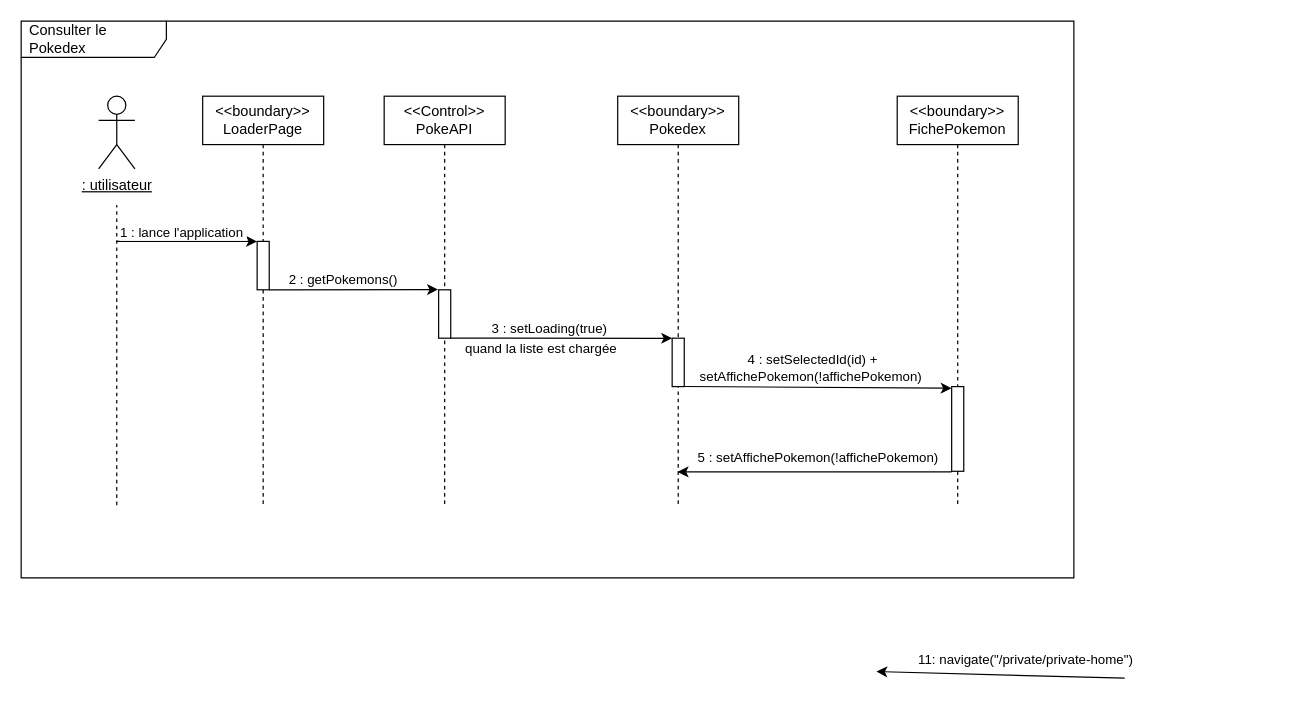
Earlier version of the draw.io diagram diagrammes/Diagrammes de séquence 1.drawio (KoffiDMonky/PokemonStack). Source tidied: cells renumbered, new cells numbered last; positions are measured from the earlier drawing's top-left corner, leaving out a move shared by most shapes. Both pictures are drawn from the tidied source at 121%, with x=0, y=0 at pixel (21, 21).
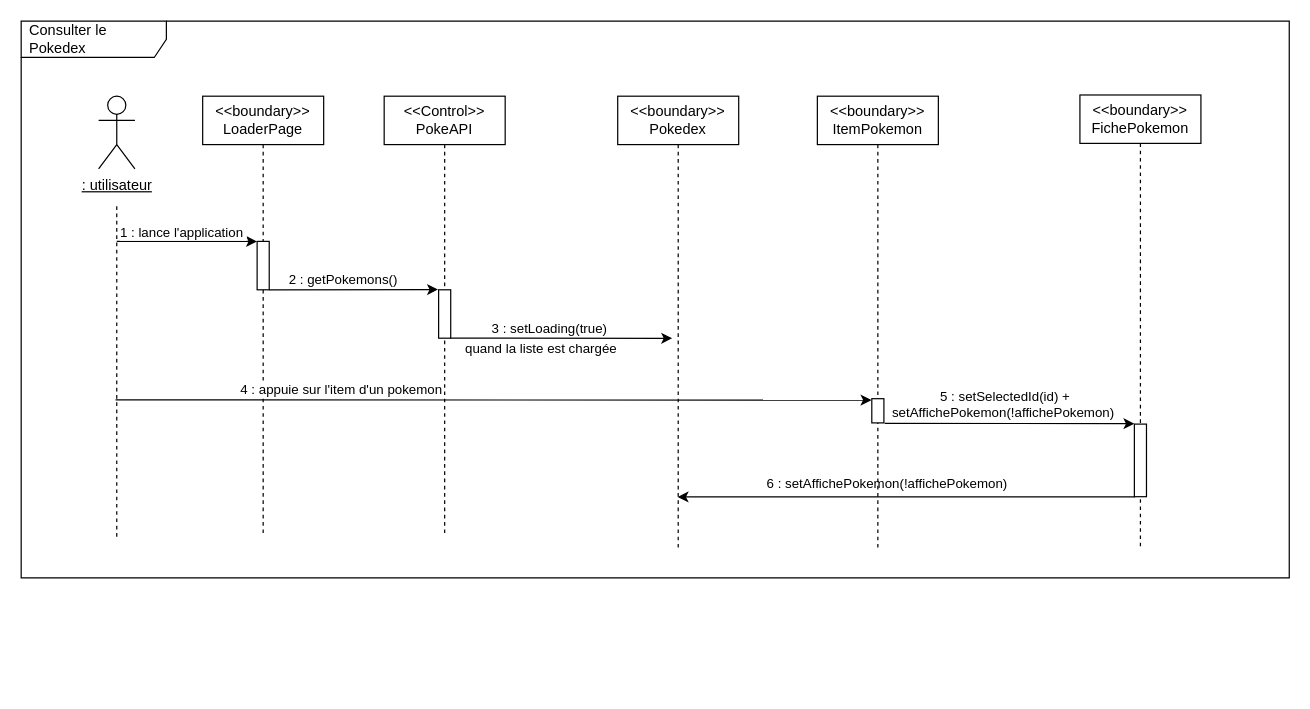
The same diagram, later.

The change refers to these unchanged cells:
```xml
<mxCell id="21" style="html=1;points=[];perimeter=orthogonalPerimeter;" parent="20" vertex="1">
  <mxGeometry x="45" y="160" width="10" height="40" as="geometry" />
</mxCell>
```

The edit, as a diff of the source:
```diff
@@
     <mxCell id="2" value="Consulter le Pokedex" style="shape=umlFrame;whiteSpace=wrap;html=1;width=120;height=30;boundedLbl=1;verticalAlign=middle;align=left;spacingLeft=5;" parent="1" vertex="1">
-      <mxGeometry width="870" height="460" as="geometry" />
+      <mxGeometry width="1048" height="460" as="geometry" />
     </mxCell>
@@
     <mxCell id="4" value="&amp;lt;&amp;lt;boundary&amp;gt;&amp;gt;&lt;br&gt;LoaderPage" style="shape=umlLifeline;perimeter=lifelinePerimeter;whiteSpace=wrap;html=1;" parent="1" vertex="1">
-      <mxGeometry x="150" y="62" width="100" height="338" as="geometry" />
+      <mxGeometry x="150" y="62" width="100" height="364" as="geometry" />
     </mxCell>
@@
     <mxCell id="8" value="&amp;lt;&amp;lt;boundary&amp;gt;&amp;gt;&lt;br&gt;FichePokemon" style="shape=umlLifeline;perimeter=lifelinePerimeter;whiteSpace=wrap;html=1;" parent="1" vertex="1">
-      <mxGeometry x="724" y="62" width="100" height="338" as="geometry" />
+      <mxGeometry x="875" y="61" width="100" height="375" as="geometry" />
     </mxCell>
     <mxCell id="9" style="html=1;points=[];perimeter=orthogonalPerimeter;" parent="8" vertex="1">
-      <mxGeometry x="45" y="240" width="10" height="70" as="geometry" />
+      <mxGeometry x="45" y="272" width="10" height="60" as="geometry" />
     </mxCell>
     <mxCell id="10" style="endArrow=none;dashed=1;html=1;" parent="1" edge="1">
       <mxGeometry relative="1" as="geometry">
-        <mxPoint x="79" y="400" as="sourcePoint" />
+        <mxPoint x="79" y="426" as="sourcePoint" />
         <mxPoint x="79" y="152" as="targetPoint" />
       </mxGeometry>
     </mxCell>
@@
     <mxCell id="13" value="&amp;lt;&amp;lt;boundary&amp;gt;&amp;gt;&lt;br&gt;Pokedex" style="shape=umlLifeline;perimeter=lifelinePerimeter;whiteSpace=wrap;html=1;outlineConnect=0;" parent="1" vertex="1">
-      <mxGeometry x="493" y="62" width="100" height="338" as="geometry" />
+      <mxGeometry x="493" y="62" width="100" height="374" as="geometry" />
     </mxCell>
-    <mxCell id="14" style="html=1;points=[];perimeter=orthogonalPerimeter;" parent="13" vertex="1">
-      <mxGeometry x="45" y="200" width="10" height="40" as="geometry" />
-    </mxCell>
-    <mxCell id="15" style="endArrow=classic;html=1;exitX=1.031;exitY=0.998;exitDx=0;exitDy=0;exitPerimeter=0;entryX=-0.006;entryY=0.019;entryDx=0;entryDy=0;entryPerimeter=0;" parent="1" edge="1" source="14" target="9">
-      <mxGeometry relative="1" as="geometry" />
+    <mxCell id="15" style="endArrow=classic;html=1;entryX=-0.027;entryY=0.058;entryDx=0;entryDy=0;entryPerimeter=0;" parent="1" edge="1" target="27">
+      <mxGeometry relative="1" as="geometry">
+        <mxPoint x="78" y="313" as="sourcePoint" />
+      </mxGeometry>
     </mxCell>
-    <mxCell id="16" value="4 : setSelectedId(id) +&lt;br&gt;setAffichePokemon(!affichePokemon)&amp;nbsp;" style="edgeLabel;html=1;align=center;verticalAlign=middle;" parent="15" vertex="1">
+    <mxCell id="16" value="4 : appuie sur l'item d'un pokemon&amp;nbsp;" style="edgeLabel;html=1;align=center;verticalAlign=middle;" parent="15" vertex="1">
       <mxGeometry x="-0.59" y="-1" relative="1" as="geometry">
-        <mxPoint x="60" y="-17" as="offset" />
+        <mxPoint x="60" y="-10" as="offset" />
       </mxGeometry>
     </mxCell>
-    <mxCell id="17" style="endArrow=classic;html=1;fontSize=11;exitX=0.017;exitY=0.993;exitDx=0;exitDy=0;exitPerimeter=0;" parent="1" edge="1">
-      <mxGeometry relative="1" as="geometry">
-        <mxPoint x="912" y="543" as="sourcePoint" />
-        <mxPoint x="706.8" y="537.5" as="targetPoint" />
-      </mxGeometry>
-    </mxCell>
-    <mxCell id="18" value="11: navigate(&quot;/private/private-home&quot;)" style="edgeLabel;html=1;align=center;verticalAlign=middle;fontSize=11;" parent="17" vertex="1">
-      <mxGeometry x="0.33" y="-1" relative="1" as="geometry">
-        <mxPoint x="54" y="-11" as="offset" />
-      </mxGeometry>
-    </mxCell>
@@
     <mxCell id="20" value="&amp;lt;&amp;lt;Control&amp;gt;&amp;gt;&lt;br&gt;PokeAPI" style="shape=umlLifeline;perimeter=lifelinePerimeter;whiteSpace=wrap;html=1;" parent="1" vertex="1">
-      <mxGeometry x="300" y="62" width="100" height="338" as="geometry" />
+      <mxGeometry x="300" y="62" width="100" height="364" as="geometry" />
     </mxCell>
@@
-    <mxCell id="22" style="endArrow=classic;html=1;exitX=0.978;exitY=0.997;exitDx=0;exitDy=0;exitPerimeter=0;entryX=0.001;entryY=0.002;entryDx=0;entryDy=0;entryPerimeter=0;" parent="1" edge="1" source="21" target="14">
-      <mxGeometry relative="1" as="geometry" />
+    <mxCell id="22" style="endArrow=classic;html=1;exitX=0.978;exitY=0.997;exitDx=0;exitDy=0;exitPerimeter=0;entryX=0.001;entryY=0.002;entryDx=0;entryDy=0;entryPerimeter=0;" parent="1" edge="1" source="21">
+      <mxGeometry relative="1" as="geometry">
+        <mxPoint x="538" y="262.1" as="targetPoint" />
+      </mxGeometry>
     </mxCell>
@@
-    <mxCell id="24" style="endArrow=classic;html=1;exitX=-0.002;exitY=1.007;exitDx=0;exitDy=0;exitPerimeter=0;" parent="1" edge="1" source="9" target="13">
+    <mxCell id="24" style="endArrow=classic;html=1;exitX=0.055;exitY=1.003;exitDx=0;exitDy=0;exitPerimeter=0;" parent="1" edge="1" source="9" target="13">
       <mxGeometry relative="1" as="geometry" />
     </mxCell>
-    <mxCell id="25" value="5 : setAffichePokemon(!affichePokemon)&amp;nbsp;" style="edgeLabel;html=1;align=center;verticalAlign=middle;" parent="24" vertex="1">
+    <mxCell id="25" value="6 : setAffichePokemon(!affichePokemon)&amp;nbsp;" style="edgeLabel;html=1;align=center;verticalAlign=middle;" parent="24" vertex="1">
       <mxGeometry x="0.26" y="-2" relative="1" as="geometry">
         <mxPoint x="34" y="-10" as="offset" />
       </mxGeometry>
     </mxCell>
+    <mxCell id="26" value="&amp;lt;&amp;lt;boundary&amp;gt;&amp;gt;&lt;br&gt;ItemPokemon" style="shape=umlLifeline;perimeter=lifelinePerimeter;whiteSpace=wrap;html=1;" parent="1" vertex="1">
+      <mxGeometry x="658" y="62" width="100" height="374" as="geometry" />
+    </mxCell>
+    <mxCell id="27" style="html=1;points=[];perimeter=orthogonalPerimeter;" parent="26" vertex="1">
+      <mxGeometry x="45" y="250" width="10" height="20" as="geometry" />
+    </mxCell>
+    <mxCell id="28" style="endArrow=classic;html=1;entryX=0;entryY=-0.006;entryDx=0;entryDy=0;entryPerimeter=0;exitX=1.067;exitY=1.017;exitDx=0;exitDy=0;exitPerimeter=0;" parent="1" edge="1" source="27" target="9">
+      <mxGeometry relative="1" as="geometry" />
+    </mxCell>
+    <mxCell id="29" value="5 : setSelectedId(id) + &lt;br&gt;setAffichePokemon(!affichePokemon)&amp;nbsp;" style="edgeLabel;html=1;align=center;verticalAlign=middle;" parent="28" vertex="1">
+      <mxGeometry x="-0.59" y="-1" relative="1" as="geometry">
+        <mxPoint x="57" y="-17" as="offset" />
+      </mxGeometry>
+    </mxCell>
```
